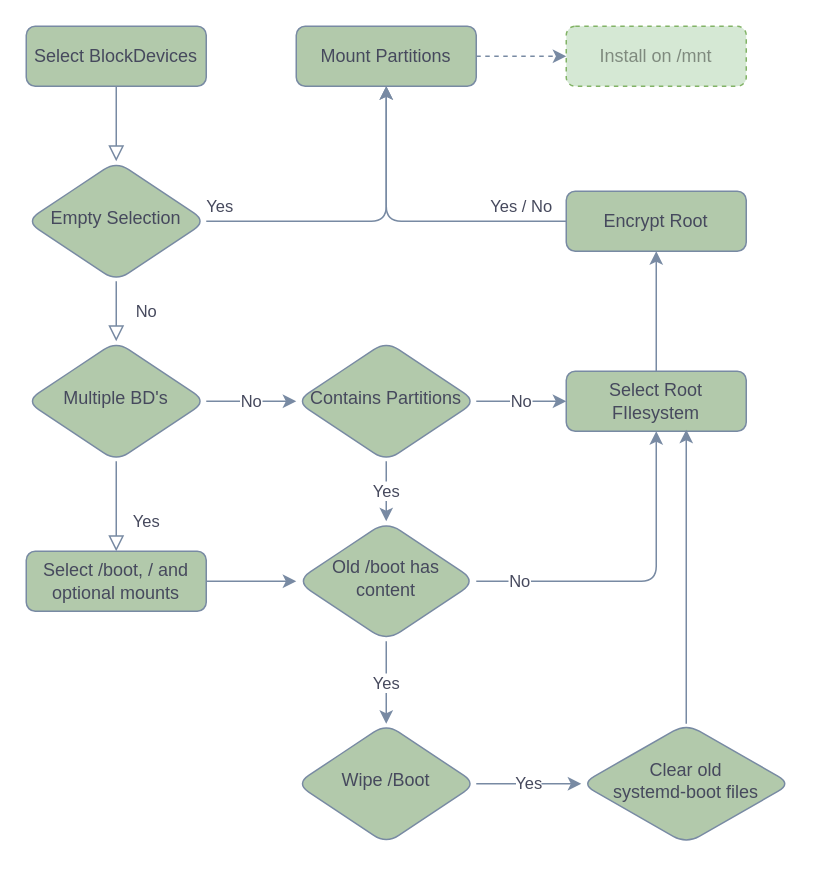
This is docs/flowcharts/DiskSelectionProcess.drawio from h8d13/archinstoo, a draw.io file, before an edit. Source tidied: cells renumbered, new cells numbered last; positions are measured from the earlier drawing's top-left corner, leaving out a move shared by most shapes. Both pictures are drawn from the tidied source at 150%, with x=0, y=0 at pixel (26, 26).
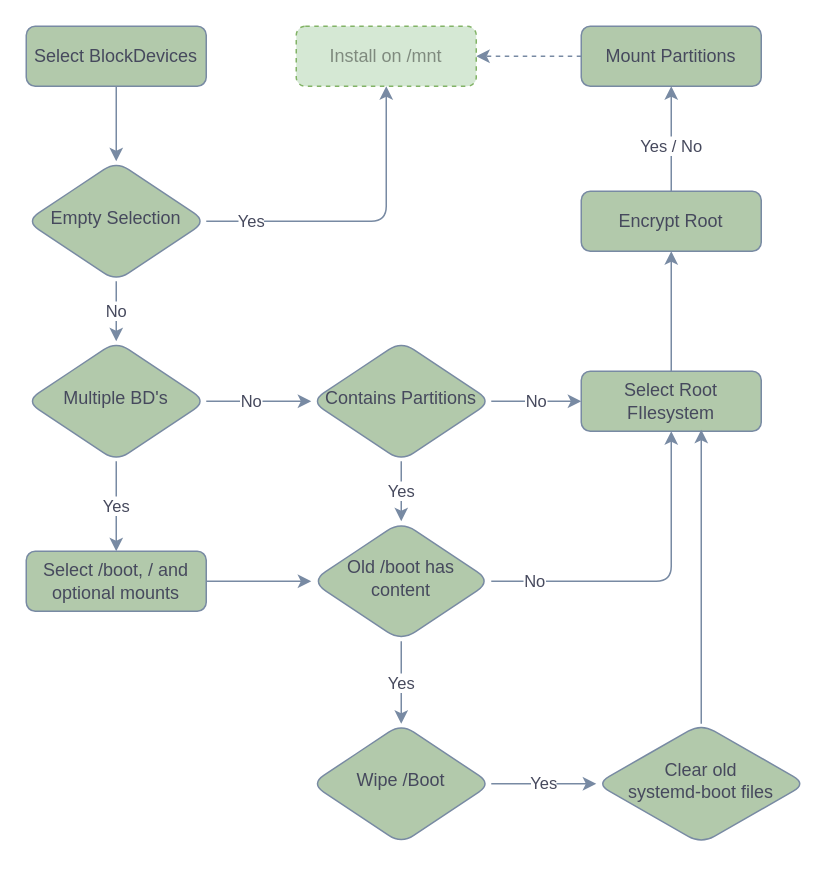
The same page after the edit.

Commit message (it also covers changes not shown here):
Moved around some blocks

Unchanged cells that the change refers to:
```xml
<mxCell id="3" value="Select BlockDevices" style="whiteSpace=wrap;html=1;fontSize=12;glass=0;strokeWidth=1;shadow=0;rounded=1;fillColor=#B2C9AB;strokeColor=#788AA3;fontColor=#46495D;" parent="1" vertex="1">
  <mxGeometry width="120" height="40" as="geometry" />
</mxCell>
<mxCell id="6" value="Empty Selection" style="rhombus;whiteSpace=wrap;html=1;shadow=0;fontFamily=Helvetica;fontSize=12;align=center;strokeWidth=1;spacing=6;spacingTop=-4;rounded=1;fillColor=#B2C9AB;strokeColor=#788AA3;fontColor=#46495D;" parent="1" vertex="1">
  <mxGeometry y="90" width="120" height="80" as="geometry" />
</mxCell>
<mxCell id="11" value="Multiple BD's" style="rhombus;whiteSpace=wrap;html=1;shadow=0;fontFamily=Helvetica;fontSize=12;align=center;strokeWidth=1;spacing=6;spacingTop=-4;rounded=1;fillColor=#B2C9AB;strokeColor=#788AA3;fontColor=#46495D;" parent="1" vertex="1">
  <mxGeometry y="210" width="120" height="80" as="geometry" />
</mxCell>
<mxCell id="13" value="Select /boot, / and optional mounts" style="whiteSpace=wrap;html=1;fontSize=12;glass=0;strokeWidth=1;shadow=0;rounded=1;fillColor=#B2C9AB;strokeColor=#788AA3;fontColor=#46495D;" parent="1" vertex="1">
  <mxGeometry y="350" width="120" height="40" as="geometry" />
</mxCell>
```

Diff of the diagram source:
```diff
@@
-    <mxCell id="2" style="html=1;jettySize=auto;fontSize=11;endArrow=block;endFill=0;endSize=8;strokeWidth=1;shadow=0;labelBackgroundColor=none;edgeStyle=orthogonalEdgeStyle;strokeColor=#788AA3;fontColor=#46495D;" parent="1" edge="1" source="3" target="6">
+    <mxCell id="2" style="edgeStyle=orthogonalEdgeStyle;rounded=1;jettySize=auto;html=1;entryX=0.5;entryY=0;entryDx=0;entryDy=0;fontColor=#46495D;strokeColor=#788AA3;fillColor=#B2C9AB;endFill=1;endArrow=classic;startFill=0;startArrow=none;sketch=0;" parent="1" edge="1" source="3" target="6">
       <mxGeometry relative="1" as="geometry" />
     </mxCell>
@@
-    <mxCell id="4" value="No" style="html=1;jettySize=auto;fontSize=11;endArrow=block;endFill=0;endSize=8;strokeWidth=1;shadow=0;labelBackgroundColor=none;edgeStyle=orthogonalEdgeStyle;strokeColor=#788AA3;fontColor=#46495D;" parent="1" edge="1" source="6" target="11">
-      <mxGeometry y="20" relative="1" as="geometry" />
+    <mxCell id="4" value="No" style="edgeStyle=orthogonalEdgeStyle;rounded=1;jettySize=auto;html=1;entryX=0.5;entryY=0;entryDx=0;entryDy=0;fontColor=#46495D;strokeColor=#788AA3;fillColor=#B2C9AB;endFill=1;startFill=0;sketch=0;" parent="1" edge="1" source="6" target="11">
+      <mxGeometry relative="1" as="geometry" />
     </mxCell>
-    <mxCell id="5" value="Yes" style="edgeStyle=orthogonalEdgeStyle;jettySize=auto;html=1;entryX=0.5;entryY=1;entryDx=0;entryDy=0;strokeColor=#788AA3;fontColor=#46495D;" parent="1" edge="1" source="6" target="23">
-      <mxGeometry x="-0.91" y="10" relative="1" as="geometry" />
-    </mxCell>
+    <mxCell id="29" value="Yes" style="edgeStyle=orthogonalEdgeStyle;rounded=1;jettySize=auto;html=1;entryX=0.5;entryY=1;entryDx=0;entryDy=0;fontColor=#46495D;strokeColor=#788AA3;fillColor=#B2C9AB;endFill=1;endArrow=classic;startFill=0;startArrow=none;sketch=0;" parent="1" edge="1" source="6" target="24">
+      <mxGeometry x="-0.71" relative="1" as="geometry" />
+    </mxCell>
@@
-    <mxCell id="7" value="Yes / No" style="edgeStyle=orthogonalEdgeStyle;curved=0;rounded=1;sketch=0;jettySize=auto;html=1;strokeColor=#788AA3;fillColor=#B2C9AB;fontColor=#46495D;exitX=0.5;exitY=1;exitDx=0;exitDy=0;entryX=0;entryY=0.5;entryDx=0;entryDy=0;startArrow=classic;startFill=1;endArrow=none;endFill=0;" parent="1" edge="1" source="23" target="8">
-      <mxGeometry x="0.71" y="10" relative="1" as="geometry" />
+    <mxCell id="7" value="Yes / No" style="edgeStyle=orthogonalEdgeStyle;curved=0;rounded=1;sketch=0;jettySize=auto;html=1;strokeColor=#788AA3;fillColor=#B2C9AB;fontColor=#46495D;exitX=0.5;exitY=1;exitDx=0;exitDy=0;entryX=0.5;entryY=0;entryDx=0;entryDy=0;startArrow=classic;startFill=1;endArrow=none;endFill=0;" parent="1" edge="1" source="23" target="8">
+      <mxGeometry x="0.14" relative="1" as="geometry" />
     </mxCell>
     <mxCell id="8" value="Encrypt Root" style="whiteSpace=wrap;html=1;fontSize=12;glass=0;strokeWidth=1;shadow=0;rounded=1;fillColor=#B2C9AB;strokeColor=#788AA3;fontColor=#46495D;" parent="1" vertex="1">
-      <mxGeometry x="360" y="110" width="120" height="40" as="geometry" />
+      <mxGeometry x="370" y="110" width="120" height="40" as="geometry" />
     </mxCell>
+    <mxCell id="10" value="No" style="edgeStyle=orthogonalEdgeStyle;rounded=1;jettySize=auto;html=1;fontColor=#46495D;strokeColor=#788AA3;fillColor=#B2C9AB;endFill=1;startFill=0;sketch=0;" parent="1" edge="1" source="11" target="16">
+      <mxGeometry x="-0.14" relative="1" as="geometry" />
+    </mxCell>
-    <mxCell id="9" value="Yes" style="html=1;jettySize=auto;fontSize=11;endArrow=block;endFill=0;endSize=8;strokeWidth=1;shadow=0;labelBackgroundColor=none;edgeStyle=orthogonalEdgeStyle;strokeColor=#788AA3;fontColor=#46495D;" parent="1" edge="1" source="11" target="13">
-      <mxGeometry x="0.33" y="20" relative="1" as="geometry" />
+    <mxCell id="9" value="Yes" style="edgeStyle=orthogonalEdgeStyle;rounded=1;jettySize=auto;html=1;exitX=0.5;exitY=1;exitDx=0;exitDy=0;entryX=0.5;entryY=0;entryDx=0;entryDy=0;fontColor=#46495D;strokeColor=#788AA3;fillColor=#B2C9AB;endFill=1;startFill=0;sketch=0;" parent="1" edge="1" source="11" target="13">
+      <mxGeometry relative="1" as="geometry" />
     </mxCell>
-    <mxCell id="10" value="No" style="edgeStyle=orthogonalEdgeStyle;jettySize=auto;html=1;strokeColor=#788AA3;fontColor=#46495D;" parent="1" edge="1" source="11" target="16">
-      <mxGeometry relative="1" as="geometry" />
-    </mxCell>
@@
     <mxCell id="16" value="Contains Partitions" style="rhombus;whiteSpace=wrap;html=1;shadow=0;fontFamily=Helvetica;fontSize=12;align=center;strokeWidth=1;spacing=6;spacingTop=-4;rounded=1;fillColor=#B2C9AB;strokeColor=#788AA3;fontColor=#46495D;" parent="1" vertex="1">
-      <mxGeometry x="180" y="210" width="120" height="80" as="geometry" />
+      <mxGeometry x="190" y="210" width="120" height="80" as="geometry" />
     </mxCell>
@@
     <mxCell id="19" value="Old /boot has content" style="rhombus;whiteSpace=wrap;html=1;shadow=0;fontFamily=Helvetica;fontSize=12;align=center;strokeWidth=1;spacing=6;spacingTop=-4;rounded=1;fillColor=#B2C9AB;strokeColor=#788AA3;fontColor=#46495D;arcSize=23;" parent="1" vertex="1">
-      <mxGeometry x="180" y="330" width="120" height="80" as="geometry" />
+      <mxGeometry x="190" y="330" width="120" height="80" as="geometry" />
     </mxCell>
@@
     <mxCell id="21" value="Select Root FIlesystem" style="whiteSpace=wrap;html=1;fontSize=12;glass=0;strokeWidth=1;shadow=0;rounded=1;fillColor=#B2C9AB;strokeColor=#788AA3;fontColor=#46495D;" parent="1" vertex="1">
-      <mxGeometry x="360" y="230" width="120" height="40" as="geometry" />
+      <mxGeometry x="370" y="230" width="120" height="40" as="geometry" />
     </mxCell>
@@
     <mxCell id="23" value="Mount Partitions" style="whiteSpace=wrap;html=1;rounded=1;shadow=0;fontColor=#46495D;strokeColor=#788AA3;strokeWidth=1;fillColor=#B2C9AB;glass=0;" parent="1" vertex="1">
-      <mxGeometry x="180" width="120" height="40" as="geometry" />
+      <mxGeometry x="370" width="120" height="40" as="geometry" />
     </mxCell>
     <mxCell id="24" value="Install on /mnt" style="whiteSpace=wrap;html=1;rounded=1;shadow=0;strokeColor=#82b366;strokeWidth=1;fillColor=#d5e8d4;glass=0;dashed=1;textOpacity=40;" parent="1" vertex="1">
-      <mxGeometry x="360" width="120" height="40" as="geometry" />
+      <mxGeometry x="180" width="120" height="40" as="geometry" />
     </mxCell>
@@
     <mxCell id="26" value="Wipe /Boot" style="rhombus;whiteSpace=wrap;html=1;shadow=0;fontFamily=Helvetica;fontSize=12;align=center;strokeWidth=1;spacing=6;spacingTop=-4;rounded=1;fillColor=#B2C9AB;strokeColor=#788AA3;fontColor=#46495D;" parent="1" vertex="1">
-      <mxGeometry x="180" y="465" width="120" height="80" as="geometry" />
+      <mxGeometry x="190" y="465" width="120" height="80" as="geometry" />
     </mxCell>
     <mxCell id="27" style="edgeStyle=orthogonalEdgeStyle;curved=0;rounded=1;sketch=0;jettySize=auto;html=1;startArrow=none;startFill=0;endArrow=classic;endFill=1;strokeColor=#788AA3;fillColor=#B2C9AB;fontColor=#46495D;" parent="1" edge="1" source="28">
       <mxGeometry relative="1" as="geometry">
-        <mxPoint x="440" y="269" as="targetPoint" />
+        <mxPoint x="450" y="269" as="targetPoint" />
       </mxGeometry>
     </mxCell>
     <mxCell id="28" value="Clear old&lt;br&gt;systemd-boot files" style="rhombus;whiteSpace=wrap;html=1;shadow=0;fontFamily=Helvetica;fontSize=12;align=center;strokeWidth=1;spacing=6;spacingTop=-4;rounded=1;fillColor=#B2C9AB;strokeColor=#788AA3;fontColor=#46495D;" parent="1" vertex="1">
-      <mxGeometry x="370" y="465" width="140" height="80" as="geometry" />
+      <mxGeometry x="380" y="465" width="140" height="80" as="geometry" />
     </mxCell>
```
